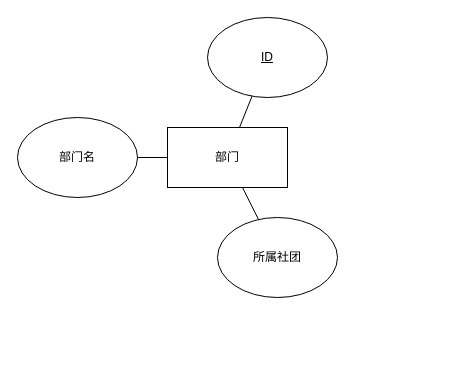
kaolalala/Hello-World keeps this draw.io diagram as Department.drawio. Above is the earlier version. Source tidied: cells renumbered, new cells numbered last; positions are measured from the earlier drawing's top-left corner, leaving out a move shared by most shapes. Both pictures are drawn from the tidied source at 100%, with x=0, y=0 at pixel (17, 17).
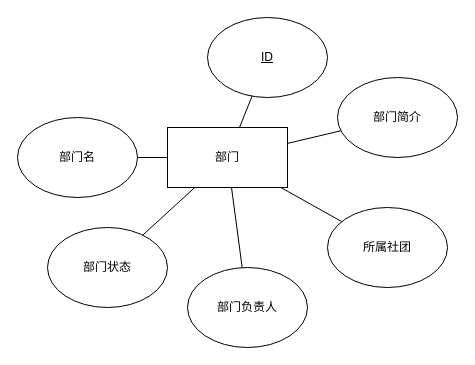
The same page after the edit.

What changed in the source:
```diff
@@
 <mxGraphModel>
   <root>
     <mxCell id="0" />
     <mxCell id="1" parent="0" />
     <mxCell id="2" value="部门" style="rounded=0;whiteSpace=wrap;html=1;" parent="1" vertex="1">
       <mxGeometry x="150" y="110" width="120" height="60" as="geometry" />
     </mxCell>
     <mxCell id="3" value="&lt;u&gt;ID&lt;/u&gt;" style="ellipse;whiteSpace=wrap;html=1;" parent="1" vertex="1">
       <mxGeometry x="190" width="120" height="80" as="geometry" />
     </mxCell>
     <mxCell id="4" value="部门名" style="ellipse;whiteSpace=wrap;html=1;" parent="1" vertex="1">
       <mxGeometry y="100" width="120" height="80" as="geometry" />
     </mxCell>
     <mxCell id="5" value="所属社团" style="ellipse;whiteSpace=wrap;html=1;" parent="1" vertex="1">
-      <mxGeometry x="200" y="200" width="120" height="80" as="geometry" />
+      <mxGeometry x="310" y="190" width="120" height="80" as="geometry" />
     </mxCell>
     <mxCell id="6" style="endArrow=none;html=1;rounded=0;" parent="1" edge="1" source="3" target="2">
       <mxGeometry relative="1" as="geometry" />
     </mxCell>
     <mxCell id="7" style="endArrow=none;html=1;rounded=0;" parent="1" edge="1" source="5" target="2">
       <mxGeometry relative="1" as="geometry" />
     </mxCell>
     <mxCell id="8" style="endArrow=none;html=1;rounded=0;" parent="1" edge="1" source="4" target="2">
       <mxGeometry relative="1" as="geometry" />
     </mxCell>
+    <mxCell id="9" value="部门简介" style="ellipse;whiteSpace=wrap;html=1;" parent="1" vertex="1">
+      <mxGeometry x="320" y="60" width="120" height="80" as="geometry" />
+    </mxCell>
+    <mxCell id="10" value="部门负责人" style="ellipse;whiteSpace=wrap;html=1;" parent="1" vertex="1">
+      <mxGeometry x="170" y="250" width="120" height="80" as="geometry" />
+    </mxCell>
+    <mxCell id="11" value="部门状态" style="ellipse;whiteSpace=wrap;html=1;" parent="1" vertex="1">
+      <mxGeometry x="30" y="210" width="120" height="80" as="geometry" />
+    </mxCell>
+    <mxCell id="12" style="endArrow=none;html=1;rounded=0;" parent="1" edge="1" source="11" target="2">
+      <mxGeometry relative="1" as="geometry" />
+    </mxCell>
+    <mxCell id="13" style="endArrow=none;html=1;rounded=0;" parent="1" edge="1" source="10" target="2">
+      <mxGeometry relative="1" as="geometry" />
+    </mxCell>
+    <mxCell id="14" style="endArrow=none;html=1;rounded=0;" parent="1" edge="1" source="2" target="9">
+      <mxGeometry relative="1" as="geometry" />
+    </mxCell>
   </root>
 </mxGraphModel>
```
